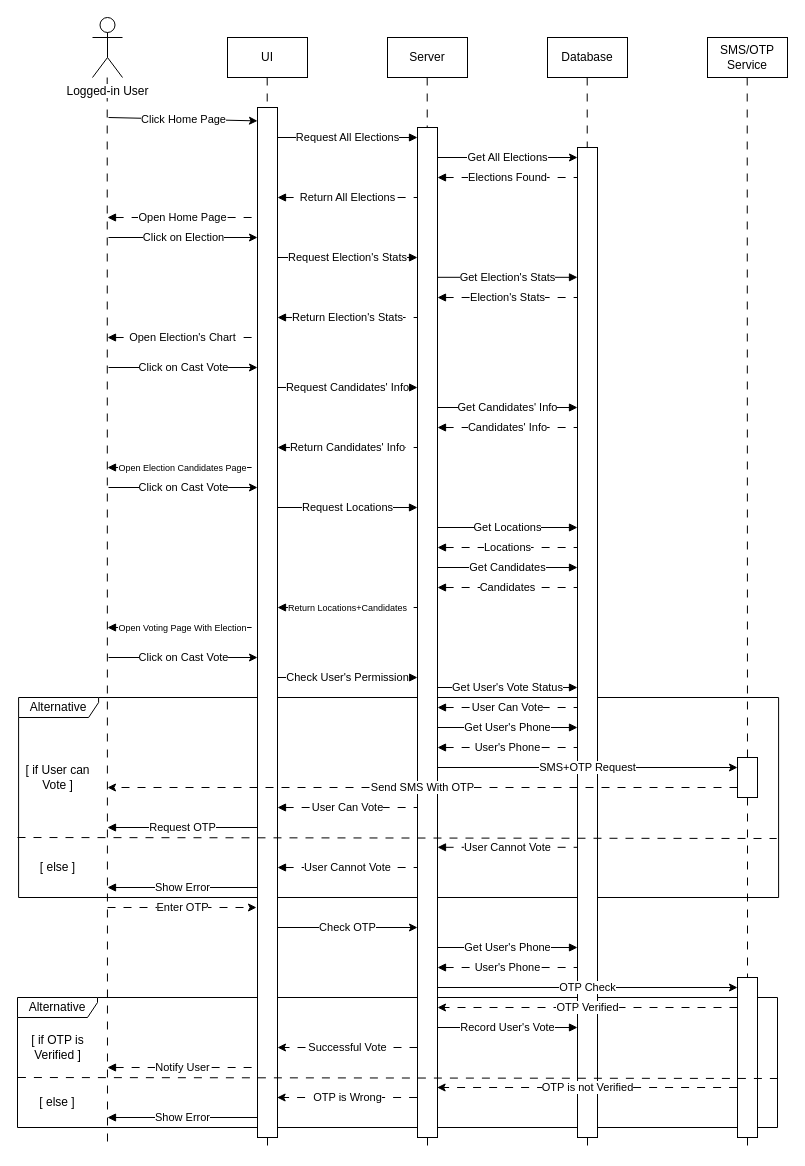
The draw.io diagram etc/UMLs/Voting_Sequence_Diagram.drawio in IlyaShelestov/Electronic-Voting-System, before the edit. Source tidied: cells renumbered, new cells numbered last; positions are measured from the earlier drawing's top-left corner, leaving out a move shared by most shapes. Both pictures are drawn from the tidied source at 100%, with x=0, y=0 at pixel (17, 17).
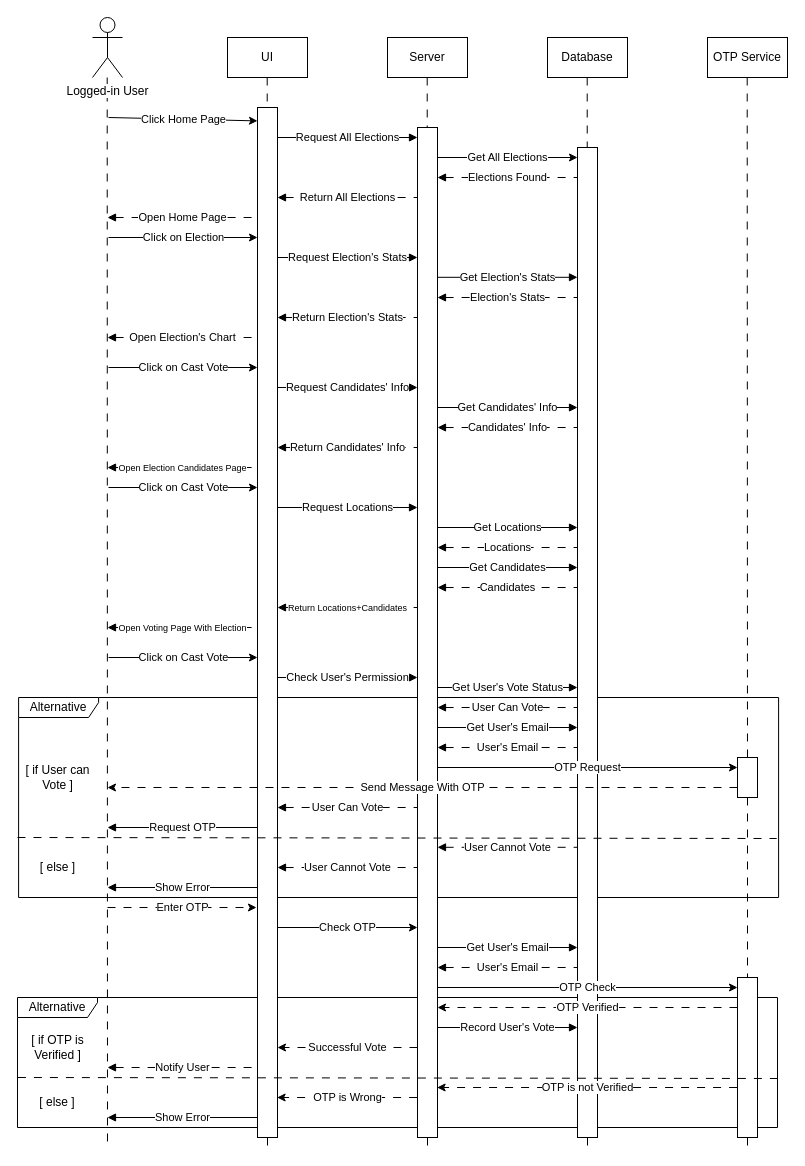
After the change.

Diff of the diagram source:
```diff
@@
-    <mxCell id="18" value="SMS/OTP Service" style="rounded=0;whiteSpace=wrap;html=1;" parent="1" vertex="1">
+    <mxCell id="18" value="OTP Service" style="rounded=0;whiteSpace=wrap;html=1;" parent="1" vertex="1">
       <mxGeometry x="690" y="20" width="80" height="40" as="geometry" />
     </mxCell>
@@
-    <mxCell id="50" value="Get User's Phone" style="endArrow=none;html=1;rounded=0;startArrow=block;startFill=1;" parent="1" edge="1">
+    <mxCell id="50" value="Get User's Email" style="endArrow=none;html=1;rounded=0;startArrow=block;startFill=1;" parent="1" edge="1">
       <mxGeometry relative="1" as="geometry">
         <mxPoint x="560" y="710" as="sourcePoint" />
         <mxPoint x="420" y="710" as="targetPoint" />
       </mxGeometry>
     </mxCell>
@@
-    <mxCell id="61" value="Get User's Phone" style="endArrow=none;html=1;rounded=0;startArrow=block;startFill=1;" parent="1" edge="1">
+    <mxCell id="61" value="Get User's Email" style="endArrow=none;html=1;rounded=0;startArrow=block;startFill=1;" parent="1" edge="1">
       <mxGeometry relative="1" as="geometry">
         <mxPoint x="560" y="930" as="sourcePoint" />
         <mxPoint x="420" y="930" as="targetPoint" />
       </mxGeometry>
     </mxCell>
-    <mxCell id="62" value="SMS+OTP Request" style="endArrow=classic;html=1;rounded=0;" parent="1" edge="1">
+    <mxCell id="62" value="OTP Request" style="endArrow=classic;html=1;rounded=0;" parent="1" edge="1">
       <mxGeometry relative="1" as="geometry">
         <mxPoint x="420" y="750" as="sourcePoint" />
         <mxPoint x="720" y="750" as="targetPoint" />
       </mxGeometry>
     </mxCell>
@@
-    <mxCell id="65" value="User's Phone" style="endArrow=none;html=1;rounded=0;startArrow=block;startFill=1;dashed=1;dashPattern=8 8;" parent="1" edge="1">
+    <mxCell id="65" value="User's Email" style="endArrow=none;html=1;rounded=0;startArrow=block;startFill=1;dashed=1;dashPattern=8 8;" parent="1" edge="1">
       <mxGeometry relative="1" as="geometry">
         <mxPoint x="420" y="730" as="sourcePoint" />
         <mxPoint x="560" y="730" as="targetPoint" />
       </mxGeometry>
     </mxCell>
@@
-    <mxCell id="68" value="User's Phone" style="endArrow=none;html=1;rounded=0;startArrow=block;startFill=1;dashed=1;dashPattern=8 8;" parent="1" edge="1">
+    <mxCell id="68" value="User's Email" style="endArrow=none;html=1;rounded=0;startArrow=block;startFill=1;dashed=1;dashPattern=8 8;" parent="1" edge="1">
       <mxGeometry relative="1" as="geometry">
         <mxPoint x="420" y="950" as="sourcePoint" />
         <mxPoint x="560" y="950" as="targetPoint" />
       </mxGeometry>
     </mxCell>
@@
-    <mxCell id="78" value="Send SMS With OTP" style="endArrow=classic;html=1;rounded=0;dashed=1;dashPattern=8 8;" parent="1" edge="1">
+    <mxCell id="78" value="Send Message With OTP" style="endArrow=classic;html=1;rounded=0;dashed=1;dashPattern=8 8;" parent="1" edge="1">
       <mxGeometry relative="1" as="geometry">
         <mxPoint x="720" y="770" as="sourcePoint" />
         <mxPoint x="90" y="770" as="targetPoint" />
       </mxGeometry>
     </mxCell>
```
